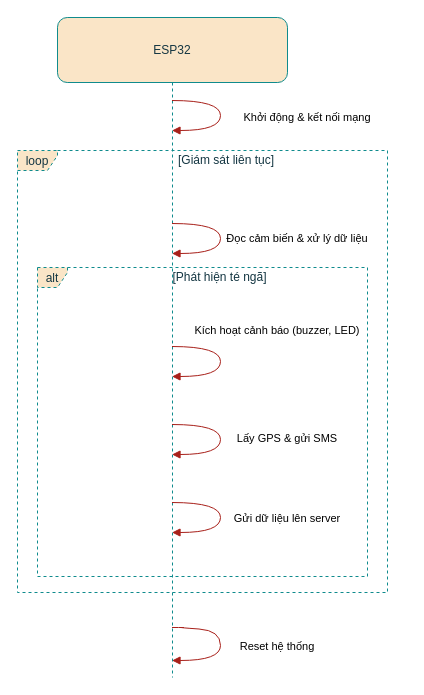
Earlier version of the draw.io diagram figures/logic_flow_time_esp32.drawio (wikibird2024/thesis_latex). Source tidied: cells renumbered, new cells numbered last; positions are measured from the earlier drawing's top-left corner, leaving out a move shared by most shapes. Both pictures are drawn from the tidied source at 100%, with x=0, y=0 at pixel (17, 17).
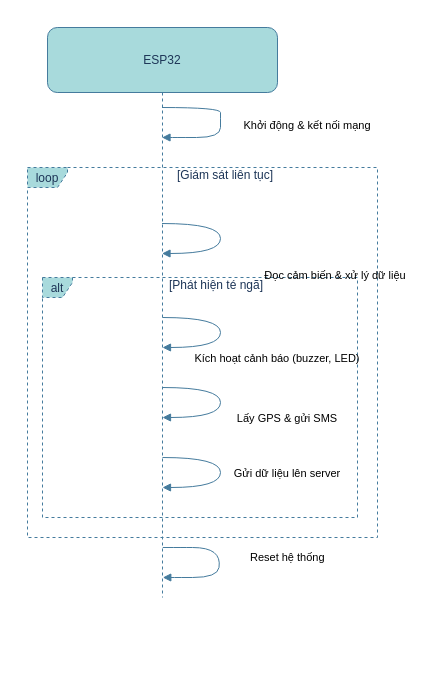
After the change.

The edit, as a diff of the source:
```diff
@@
-    <mxCell id="2" value="ESP32" style="shape=umlLifeline;perimeter=lifelinePerimeter;whiteSpace=wrap;outlineConnect=0;portConstraint=eastwest;newEdgeStyle={&quot;edgeStyle&quot;:&quot;elbowEdgeStyle&quot;,&quot;elbow&quot;:&quot;vertical&quot;,&quot;curved&quot;:0,&quot;rounded&quot;:0};size=65;labelBackgroundColor=none;rounded=1;fillColor=#FAE5C7;strokeColor=#0F8B8D;fontColor=#143642;" parent="1" vertex="1">
-      <mxGeometry x="40" width="230" height="660" as="geometry" />
+    <mxCell id="2" value="ESP32" style="shape=umlLifeline;perimeter=lifelinePerimeter;whiteSpace=wrap;outlineConnect=0;portConstraint=eastwest;newEdgeStyle={&quot;edgeStyle&quot;:&quot;elbowEdgeStyle&quot;,&quot;elbow&quot;:&quot;vertical&quot;,&quot;curved&quot;:0,&quot;rounded&quot;:0};size=65;labelBackgroundColor=none;rounded=1;fillColor=#A8DADC;strokeColor=#457B9D;fontColor=#1D3557;" parent="1" vertex="1">
+      <mxGeometry x="30" y="10" width="230" height="570" as="geometry" />
     </mxCell>
-    <mxCell id="3" value="alt" style="shape=umlFrame;dashed=1;height=20;width=30;labelBackgroundColor=none;rounded=1;fillColor=#FAE5C7;strokeColor=#0F8B8D;fontColor=#143642;" parent="1" vertex="1">
-      <mxGeometry x="20" y="250" width="330" height="309" as="geometry" />
+    <mxCell id="3" value="alt" style="shape=umlFrame;dashed=1;height=20;width=30;labelBackgroundColor=none;rounded=1;fillColor=#A8DADC;strokeColor=#457B9D;fontColor=#1D3557;" parent="1" vertex="1">
+      <mxGeometry x="25" y="260" width="315" height="240" as="geometry" />
     </mxCell>
-    <mxCell id="4" value="[Phát hiện té ngã]" style="text;strokeColor=none;fillColor=none;align=center;verticalAlign=middle;whiteSpace=wrap;labelBackgroundColor=none;rounded=1;fontColor=#143642;" parent="3" vertex="1">
-      <mxGeometry x="34.6" width="295.4" height="20" as="geometry" />
+    <mxCell id="4" value="[Phát hiện té ngã]" style="text;strokeColor=none;fillColor=none;align=center;verticalAlign=middle;whiteSpace=wrap;labelBackgroundColor=none;rounded=1;fontColor=#1D3557;" parent="3" vertex="1">
+      <mxGeometry x="33" width="282" height="15.5" as="geometry" />
     </mxCell>
-    <mxCell id="5" value="loop" style="shape=umlFrame;dashed=1;height=20;width=40;labelBackgroundColor=none;rounded=1;fillColor=#FAE5C7;strokeColor=#0F8B8D;fontColor=#143642;" parent="1" vertex="1">
-      <mxGeometry y="133" width="370" height="442" as="geometry" />
+    <mxCell id="5" value="loop" style="shape=umlFrame;dashed=1;height=20;width=40;labelBackgroundColor=none;rounded=1;fillColor=#A8DADC;strokeColor=#457B9D;fontColor=#1D3557;" parent="1" vertex="1">
+      <mxGeometry x="10" y="150" width="350" height="370" as="geometry" />
     </mxCell>
-    <mxCell id="6" value="[Giám sát liên tục]" style="text;strokeColor=none;fillColor=none;align=center;verticalAlign=middle;whiteSpace=wrap;labelBackgroundColor=none;rounded=1;fontColor=#143642;" parent="5" vertex="1">
-      <mxGeometry x="48.4" width="321.6" height="20" as="geometry" />
+    <mxCell id="6" value="[Giám sát liên tục]" style="text;strokeColor=none;fillColor=none;align=center;verticalAlign=middle;whiteSpace=wrap;labelBackgroundColor=none;rounded=1;fontColor=#1D3557;" parent="5" vertex="1">
+      <mxGeometry x="45.8" width="304.2" height="16.7" as="geometry" />
     </mxCell>
-    <mxCell id="7" value="Khởi động &amp; kết nối mạng" style="curved=1;endArrow=block;rounded=1;labelBackgroundColor=none;fontColor=default;strokeColor=#A8201A;" parent="1" edge="1" source="2" target="2">
+    <mxCell id="7" value="Khởi động &amp; kết nối mạng" style="curved=1;endArrow=block;rounded=1;labelBackgroundColor=none;fontColor=default;strokeColor=#457B9D;" parent="1" edge="1" target="2">
       <mxGeometry x="0.03" y="87" relative="1" as="geometry">
+        <mxPoint x="144.5" y="90" as="sourcePoint" />
         <Array as="points">
-          <mxPoint x="203" y="83" />
-          <mxPoint x="203" y="113" />
+          <mxPoint x="203" y="90" />
+          <mxPoint x="203" y="100" />
+          <mxPoint x="203" y="120" />
+          <mxPoint x="155" y="120" />
         </Array>
       </mxGeometry>
     </mxCell>
-    <mxCell id="8" value="Đọc cảm biến &amp; xử lý dữ liệu" style="curved=1;endArrow=block;rounded=1;labelBackgroundColor=none;fontColor=default;strokeColor=#A8201A;" parent="1" edge="1" source="2" target="2">
-      <mxGeometry x="-0.01" y="77" relative="1" as="geometry">
+    <mxCell id="8" value="Đọc cảm biến &amp; xử lý dữ liệu" style="curved=1;endArrow=block;rounded=1;labelBackgroundColor=none;fontColor=default;strokeColor=#457B9D;" parent="1" edge="1" source="2" target="2">
+      <mxGeometry x="-0.2" y="57" relative="1" as="geometry">
         <Array as="points">
           <mxPoint x="203" y="206" />
           <mxPoint x="203" y="236" />
         </Array>
+        <mxPoint x="58" y="51" as="offset" />
       </mxGeometry>
     </mxCell>
-    <mxCell id="9" value="Kích hoạt cảnh báo (buzzer, LED)" style="curved=1;endArrow=block;rounded=1;labelBackgroundColor=none;fontColor=default;strokeColor=#A8201A;" parent="1" edge="1" source="2" target="2">
-      <mxGeometry x="-0.2" y="60" relative="1" as="geometry">
+    <mxCell id="9" value="Kích hoạt cảnh báo (buzzer, LED)" style="curved=1;endArrow=block;rounded=1;labelBackgroundColor=none;fontColor=default;strokeColor=#457B9D;" parent="1" edge="1">
+      <mxGeometry x="0.21" y="58" relative="1" as="geometry">
+        <mxPoint x="145" y="300" as="sourcePoint" />
+        <mxPoint x="145" y="330" as="targetPoint" />
         <Array as="points">
-          <mxPoint x="203" y="329" />
-          <mxPoint x="203" y="359" />
+          <mxPoint x="203" y="300" />
+          <mxPoint x="203" y="330" />
         </Array>
-        <mxPoint x="-3" y="-19" as="offset" />
+        <mxPoint x="57" y="-48" as="offset" />
       </mxGeometry>
     </mxCell>
-    <mxCell id="10" value="Lấy GPS &amp; gửi SMS" style="curved=1;endArrow=block;rounded=1;labelBackgroundColor=none;fontColor=default;strokeColor=#A8201A;" parent="1" edge="1" source="2" target="2">
-      <mxGeometry x="-0.03" y="67" relative="1" as="geometry">
+    <mxCell id="10" value="Lấy GPS &amp; gửi SMS" style="curved=1;endArrow=block;rounded=1;labelBackgroundColor=none;fontColor=default;strokeColor=#457B9D;" parent="1" edge="1">
+      <mxGeometry x="0.21" y="-67" relative="1" as="geometry">
+        <mxPoint x="145" y="370" as="sourcePoint" />
+        <mxPoint x="145" y="400" as="targetPoint" />
         <Array as="points">
-          <mxPoint x="203" y="407" />
-          <mxPoint x="203" y="437" />
+          <mxPoint x="203" y="370" />
+          <mxPoint x="203" y="400" />
         </Array>
+        <mxPoint x="67" y="67" as="offset" />
       </mxGeometry>
     </mxCell>
-    <mxCell id="11" value="Gửi dữ liệu lên server" style="curved=1;endArrow=block;rounded=1;labelBackgroundColor=none;fontColor=default;strokeColor=#A8201A;" parent="1" edge="1" source="2" target="2">
+    <mxCell id="11" value="Gửi dữ liệu lên server" style="curved=1;endArrow=block;rounded=1;labelBackgroundColor=none;fontColor=default;strokeColor=#457B9D;" parent="1" edge="1">
       <mxGeometry y="67" relative="1" as="geometry">
+        <mxPoint x="145" y="440" as="sourcePoint" />
+        <mxPoint x="145" y="470" as="targetPoint" />
         <Array as="points">
-          <mxPoint x="203" y="485" />
-          <mxPoint x="203" y="515" />
+          <mxPoint x="203" y="440" />
+          <mxPoint x="203" y="470" />
         </Array>
       </mxGeometry>
     </mxCell>
-    <mxCell id="12" value="Reset hệ thống" style="curved=1;endArrow=block;rounded=1;labelBackgroundColor=none;fontColor=default;strokeColor=#A8201A;" parent="1" edge="1" source="2" target="2">
-      <mxGeometry x="0.14" y="57" relative="1" as="geometry">
+    <mxCell id="12" value="Reset hệ thống" style="curved=1;endArrow=block;rounded=1;labelBackgroundColor=none;fontColor=default;strokeColor=#457B9D;" parent="1" edge="1">
+      <mxGeometry x="0.04" y="67" relative="1" as="geometry">
+        <mxPoint x="145.3" y="530" as="sourcePoint" />
+        <mxPoint x="145.3" y="560" as="targetPoint" />
         <Array as="points">
-          <mxPoint x="170" y="610" />
-          <mxPoint x="160" y="610" />
-          <mxPoint x="203" y="613" />
-          <mxPoint x="203" y="643" />
+          <mxPoint x="170" y="530" />
+          <mxPoint x="160" y="530" />
+          <mxPoint x="190" y="530" />
+          <mxPoint x="203" y="540" />
+          <mxPoint x="200" y="560" />
+          <mxPoint x="150" y="560" />
         </Array>
+        <mxPoint x="1" y="-10" as="offset" />
       </mxGeometry>
     </mxCell>
```
